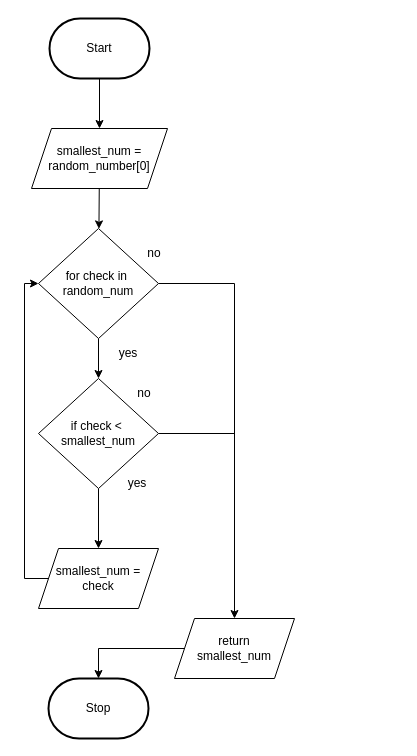
Before: Drawio/FlowChart.Drawio in JacksonNaufal/ICS3U-Unit6-04-Python, a draw.io diagram. Source tidied: cells renumbered, new cells numbered last; positions are measured from the earlier drawing's top-left corner, leaving out a move shared by most shapes. Both pictures are drawn from the tidied source at 100%, with x=0, y=0 at pixel (24, 18).
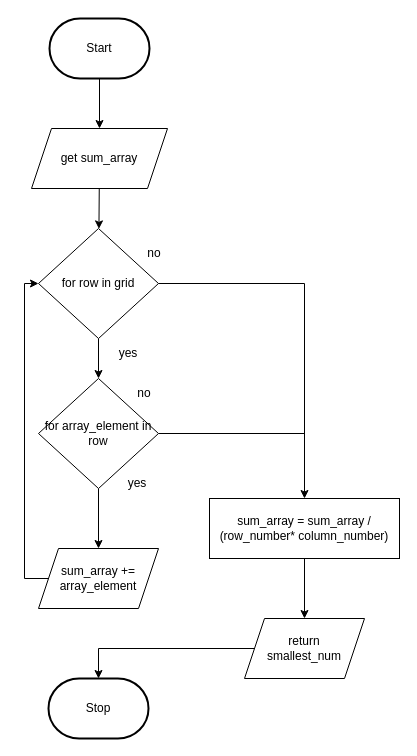
After the change.

Change to the diagram source:
```diff
@@
-    <mxCell id="6" style="edgeStyle=none;html=1;entryX=0.5;entryY=0;entryDx=0;entryDy=0;endArrow=classic;endFill=1;rounded=0;" parent="1" edge="1" source="7" target="20">
-      <mxGeometry relative="1" as="geometry">
-        <Array as="points">
-          <mxPoint x="210" y="265" />
-        </Array>
-      </mxGeometry>
+    <mxCell id="6" style="edgeStyle=none;html=1;entryX=0.5;entryY=0;entryDx=0;entryDy=0;endArrow=classic;endFill=1;rounded=0;startArrow=none;" parent="1" edge="1" source="21" target="20">
+      <mxGeometry relative="1" as="geometry" />
     </mxCell>
-    <mxCell id="7" value="for check in&amp;nbsp;&lt;br&gt;random_num" style="rhombus;whiteSpace=wrap;html=1;" parent="1" vertex="1">
+    <mxCell id="7" value="for row in grid" style="rhombus;whiteSpace=wrap;html=1;" parent="1" vertex="1">
       <mxGeometry x="14" y="210" width="120" height="110" as="geometry" />
     </mxCell>
@@
-    <mxCell id="11" value="smallest_num =&lt;br&gt;check" style="shape=parallelogram;perimeter=parallelogramPerimeter;whiteSpace=wrap;html=1;fixedSize=1;" parent="1" vertex="1">
+    <mxCell id="11" value="sum_array += array_element" style="shape=parallelogram;perimeter=parallelogramPerimeter;whiteSpace=wrap;html=1;fixedSize=1;" parent="1" vertex="1">
       <mxGeometry x="14" y="530" width="120" height="60" as="geometry" />
     </mxCell>
@@
-    <mxCell id="13" value="smallest_num = random_number[0]" style="shape=parallelogram;perimeter=parallelogramPerimeter;whiteSpace=wrap;html=1;fixedSize=1;" parent="1" vertex="1">
+    <mxCell id="13" value="get sum_array" style="shape=parallelogram;perimeter=parallelogramPerimeter;whiteSpace=wrap;html=1;fixedSize=1;" parent="1" vertex="1">
       <mxGeometry x="7" y="110" width="136" height="60" as="geometry" />
     </mxCell>
@@
     <mxCell id="15" style="edgeStyle=none;html=1;endArrow=none;endFill=0;" parent="1" edge="1" source="16">
       <mxGeometry relative="1" as="geometry">
-        <mxPoint x="210" y="415" as="targetPoint" />
+        <mxPoint x="280" y="415" as="targetPoint" />
       </mxGeometry>
     </mxCell>
-    <mxCell id="16" value="if check &amp;lt;&amp;nbsp;&lt;br&gt;smallest_num" style="rhombus;whiteSpace=wrap;html=1;" parent="1" vertex="1">
+    <mxCell id="16" value="for array_element in row" style="rhombus;whiteSpace=wrap;html=1;" parent="1" vertex="1">
       <mxGeometry x="14" y="360" width="120" height="110" as="geometry" />
     </mxCell>
@@
     <mxCell id="20" value="return&lt;br&gt;smallest_num" style="shape=parallelogram;perimeter=parallelogramPerimeter;whiteSpace=wrap;html=1;fixedSize=1;" parent="1" vertex="1">
-      <mxGeometry x="150" y="600" width="120" height="60" as="geometry" />
+      <mxGeometry x="220" y="600" width="120" height="60" as="geometry" />
     </mxCell>
+    <mxCell id="21" value="sum_array = sum_array / (row_number* column_number)" style="rounded=0;whiteSpace=wrap;html=1;" parent="1" vertex="1">
+      <mxGeometry x="185" y="480" width="190" height="60" as="geometry" />
+    </mxCell>
+    <mxCell id="22" style="edgeStyle=none;html=1;entryX=0.5;entryY=0;entryDx=0;entryDy=0;endArrow=classic;endFill=1;rounded=0;" parent="1" edge="1" source="7" target="21">
+      <mxGeometry relative="1" as="geometry">
+        <Array as="points">
+          <mxPoint x="280" y="265" />
+        </Array>
+      </mxGeometry>
+    </mxCell>
```
